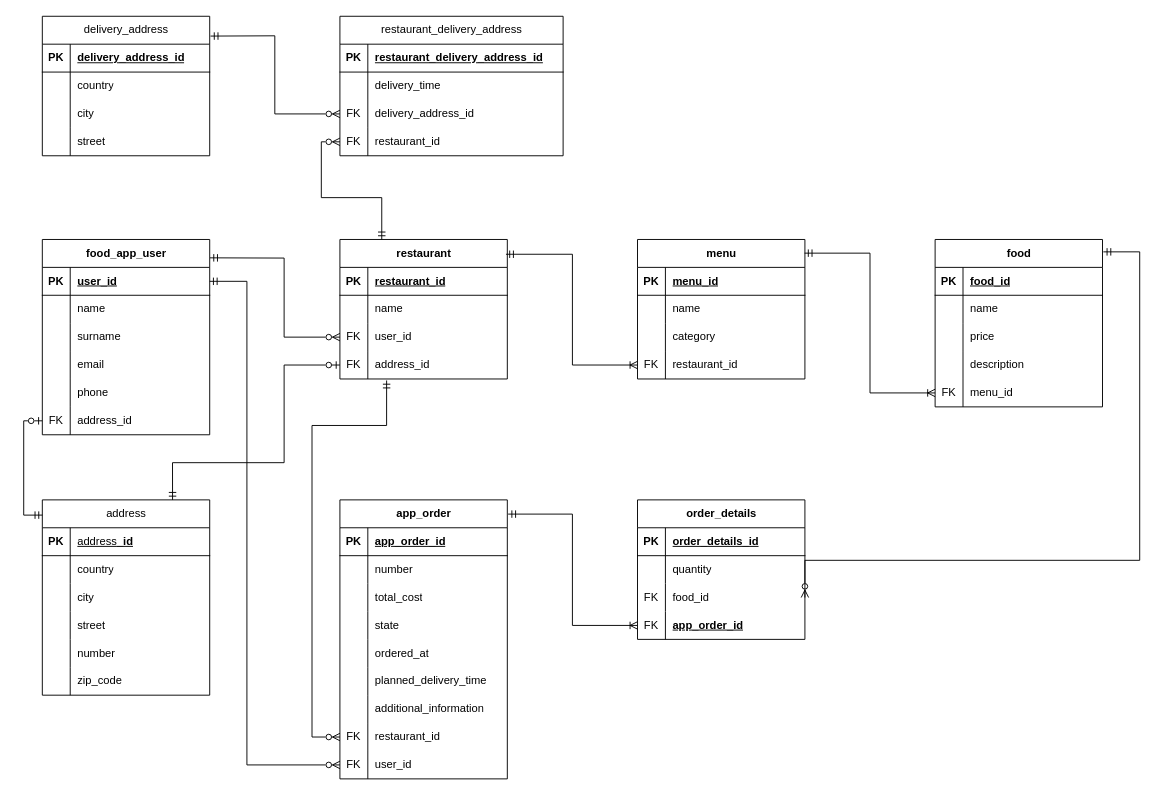
Above: src/main/resources/db_schema.drawio in Bartek030/foodApp (draw.io), before the change. Source tidied: cells renumbered, new cells numbered last; positions are measured from the earlier drawing's top-left corner, leaving out a move shared by most shapes. Both pictures are drawn from the tidied source at 93%, with x=0, y=0 at pixel (42, 16).
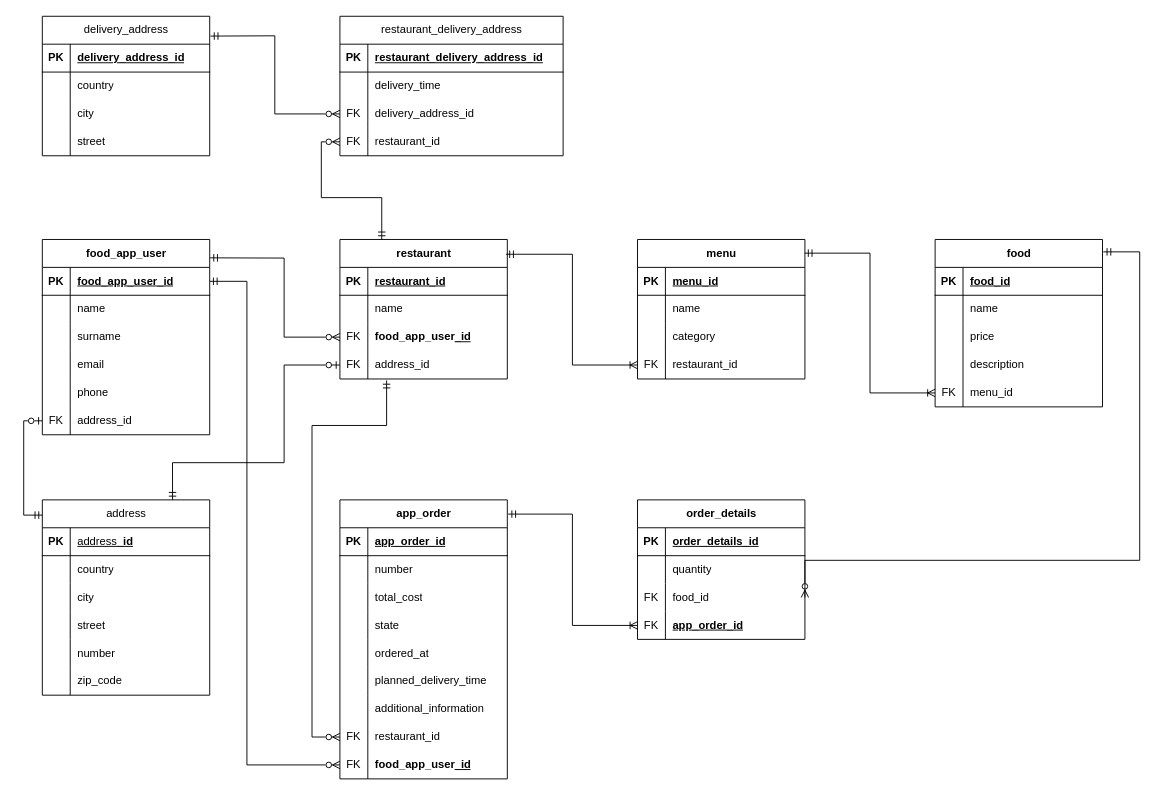
The same page after the edit.

Commit message (it also covers changes not shown here):
Naming conventions update

Unchanged cells that the change refers to:
```xml
<mxCell id="3" style="shape=tableRow;horizontal=0;startSize=0;swimlaneHead=0;swimlaneBody=0;fillColor=none;points=[[0,0.5],[1,0.5]];portConstraint=eastwest;top=0;left=0;right=0;bottom=1;" parent="2" vertex="1">
  <mxGeometry y="30" width="180" height="30" as="geometry" />
</mxCell>
<mxCell id="28" style="shape=tableRow;horizontal=0;startSize=0;swimlaneHead=0;swimlaneBody=0;fillColor=none;points=[[0,0.5],[1,0.5]];portConstraint=eastwest;top=0;left=0;right=0;bottom=0;" parent="21" vertex="1">
  <mxGeometry y="90" width="180" height="30" as="geometry" />
</mxCell>
<mxCell id="133" style="shape=tableRow;horizontal=0;startSize=0;swimlaneHead=0;swimlaneBody=0;fillColor=none;points=[[0,0.5],[1,0.5]];portConstraint=eastwest;top=0;left=0;right=0;bottom=0;" parent="108" vertex="1">
  <mxGeometry y="270" width="180" height="30" as="geometry" />
</mxCell>
```

Change to the diagram source:
```diff
@@
-    <mxCell id="5" value="user_id" style="shape=partialRectangle;fillColor=none;top=0;left=0;bottom=0;right=0;align=left;spacingLeft=6;fontStyle=5;overflow=hidden;whiteSpace=wrap;html=1;" parent="3" vertex="1">
+    <mxCell id="5" value="&lt;span style=&quot;text-align: center;&quot;&gt;food_app_user&lt;/span&gt;_id" style="shape=partialRectangle;fillColor=none;top=0;left=0;bottom=0;right=0;align=left;spacingLeft=6;fontStyle=5;overflow=hidden;whiteSpace=wrap;html=1;" parent="3" vertex="1">
       <mxGeometry x="30" width="150" height="30" as="geometry" />
     </mxCell>
@@
-    <mxCell id="30" value="user_id" style="shape=partialRectangle;fillColor=none;top=0;left=0;bottom=0;right=0;align=left;spacingLeft=6;overflow=hidden;whiteSpace=wrap;html=1;" parent="28" vertex="1">
+    <mxCell id="30" value="&lt;span style=&quot;font-weight: 700; text-align: center;&quot;&gt;food_app_user&lt;/span&gt;&lt;span style=&quot;font-weight: 700; text-decoration-line: underline;&quot;&gt;_id&lt;/span&gt;" style="shape=partialRectangle;fillColor=none;top=0;left=0;bottom=0;right=0;align=left;spacingLeft=6;overflow=hidden;whiteSpace=wrap;html=1;" parent="28" vertex="1">
       <mxGeometry x="30" width="150" height="30" as="geometry" />
     </mxCell>
@@
-    <mxCell id="135" value="user_id" style="shape=partialRectangle;fillColor=none;top=0;left=0;bottom=0;right=0;align=left;spacingLeft=6;overflow=hidden;whiteSpace=wrap;html=1;" parent="133" vertex="1">
+    <mxCell id="135" value="&lt;span style=&quot;font-weight: 700; text-align: center;&quot;&gt;food_app_user&lt;/span&gt;&lt;span style=&quot;font-weight: 700; text-decoration-line: underline;&quot;&gt;_id&lt;/span&gt;" style="shape=partialRectangle;fillColor=none;top=0;left=0;bottom=0;right=0;align=left;spacingLeft=6;overflow=hidden;whiteSpace=wrap;html=1;" parent="133" vertex="1">
       <mxGeometry x="30" width="150" height="30" as="geometry" />
     </mxCell>
```
